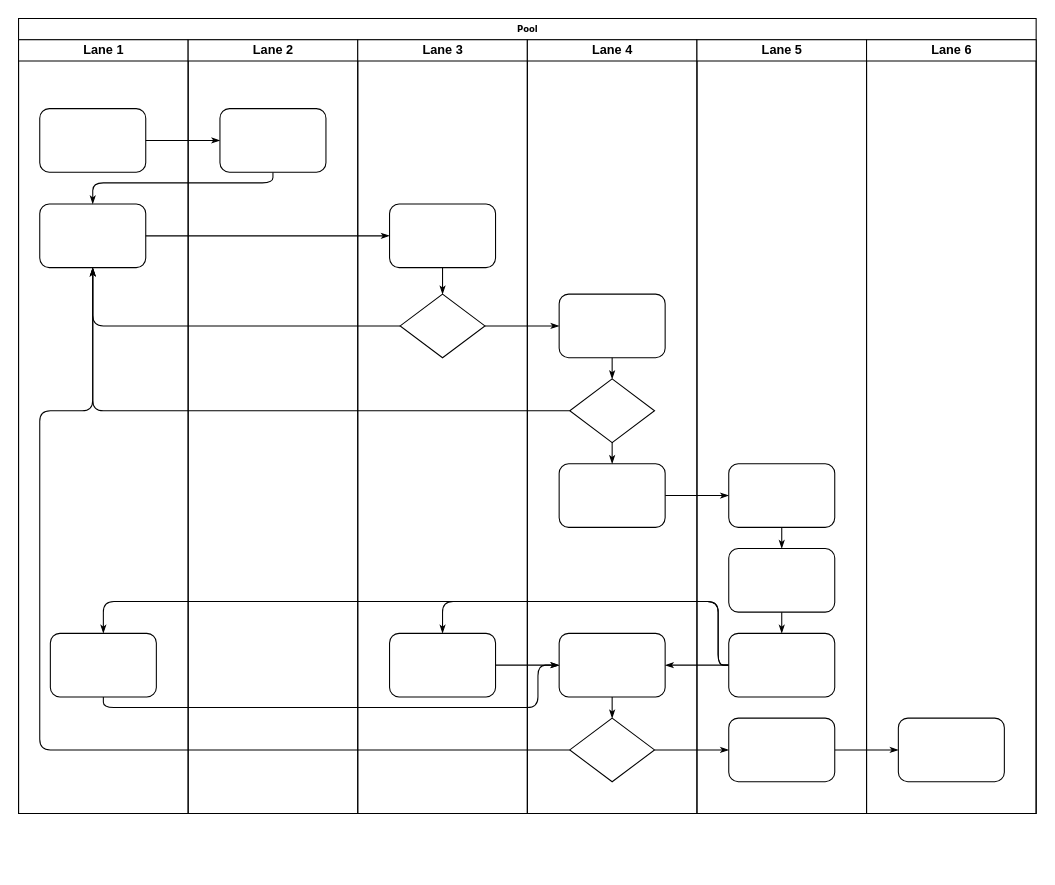
Earlier version of the draw.io diagram Untitled Diagram.drawio (SungPN/Diagram-VRG). Source tidied: cells renumbered, new cells numbered last; positions are measured from the earlier drawing's top-left corner, leaving out a move shared by most shapes. Both pictures are drawn from the tidied source at 106%, with x=0, y=0 at pixel (18, 18).
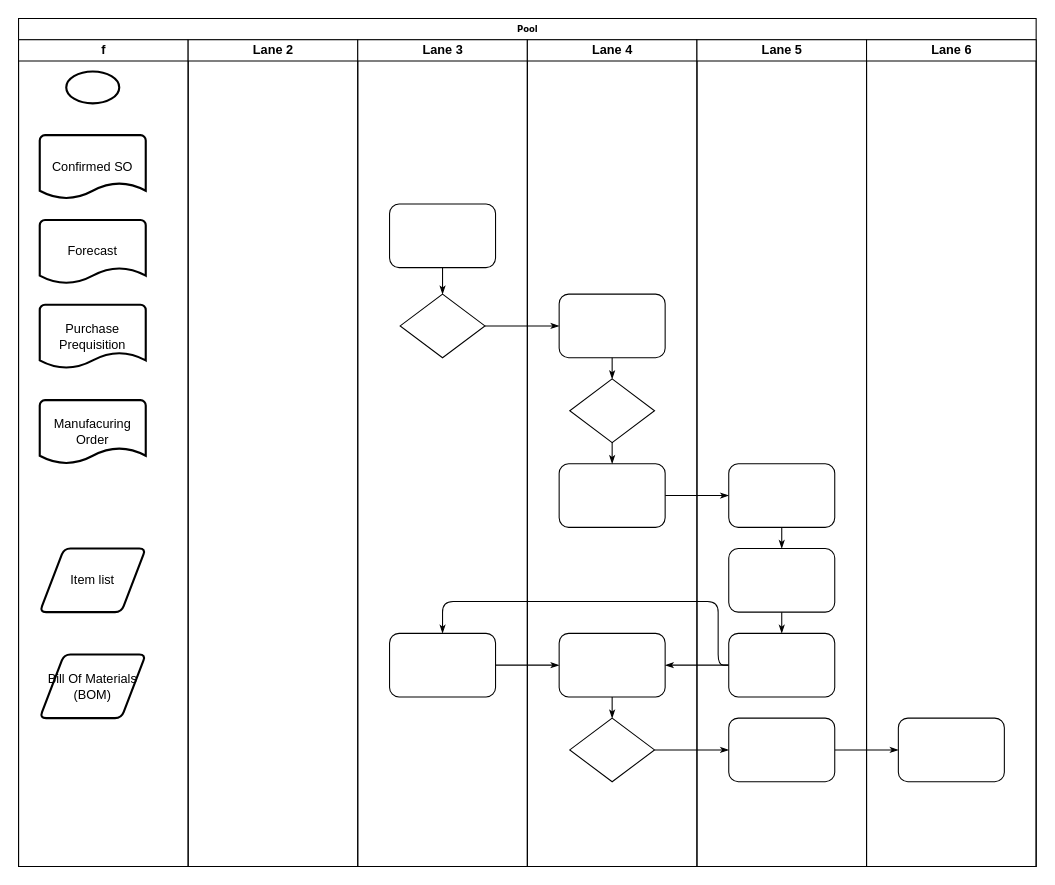
The same diagram, later.

The change refers to these unchanged cells:
```xml
<mxCell id="25" style="rounded=1;whiteSpace=wrap;html=1;shadow=0;labelBackgroundColor=none;strokeWidth=1;fontFamily=Verdana;fontSize=8;align=center;" parent="24" vertex="1">
  <mxGeometry x="30" y="155" width="100" height="60" as="geometry" />
</mxCell>
<mxCell id="26" style="rhombus;whiteSpace=wrap;html=1;rounded=0;shadow=0;labelBackgroundColor=none;strokeWidth=1;fontFamily=Verdana;fontSize=8;align=center;" parent="24" vertex="1">
  <mxGeometry x="40" y="240" width="80" height="60" as="geometry" />
</mxCell>
<mxCell id="31" style="rhombus;whiteSpace=wrap;html=1;rounded=0;shadow=0;labelBackgroundColor=none;strokeWidth=1;fontFamily=Verdana;fontSize=8;align=center;" parent="29" vertex="1">
  <mxGeometry x="40" y="320" width="80" height="60" as="geometry" />
</mxCell>
<mxCell id="33" style="rounded=1;whiteSpace=wrap;html=1;shadow=0;labelBackgroundColor=none;strokeWidth=1;fontFamily=Verdana;fontSize=8;align=center;" parent="29" vertex="1">
  <mxGeometry x="30" y="560" width="100" height="60" as="geometry" />
</mxCell>
<mxCell id="34" style="rhombus;whiteSpace=wrap;html=1;rounded=0;shadow=0;labelBackgroundColor=none;strokeWidth=1;fontFamily=Verdana;fontSize=8;align=center;" parent="29" vertex="1">
  <mxGeometry x="40" y="640" width="80" height="60" as="geometry" />
</mxCell>
<mxCell id="41" style="rounded=1;whiteSpace=wrap;html=1;shadow=0;labelBackgroundColor=none;strokeWidth=1;fontFamily=Verdana;fontSize=8;align=center;" parent="38" vertex="1">
  <mxGeometry x="30" y="560" width="100" height="60" as="geometry" />
</mxCell>
```

Diff of the diagram source:
```diff
@@
     <mxCell id="2" value="Pool" style="swimlane;html=1;startSize=20;rounded=0;shadow=0;labelBackgroundColor=none;strokeWidth=1;fontFamily=Verdana;fontSize=8;align=center;" parent="1" vertex="1">
-      <mxGeometry width="960" height="750" as="geometry" />
+      <mxGeometry width="960" height="800" as="geometry" />
     </mxCell>
-    <mxCell id="3" value="Lane 1" style="swimlane;html=1;startSize=20;" parent="2" vertex="1">
-      <mxGeometry y="20" width="160" height="730" as="geometry" />
-    </mxCell>
-    <mxCell id="4" style="rounded=1;whiteSpace=wrap;html=1;shadow=0;labelBackgroundColor=none;strokeWidth=1;fontFamily=Verdana;fontSize=8;align=center;" parent="3" vertex="1">
-      <mxGeometry x="20" y="65" width="100" height="60" as="geometry" />
-    </mxCell>
-    <mxCell id="5" style="rounded=1;whiteSpace=wrap;html=1;shadow=0;labelBackgroundColor=none;strokeWidth=1;fontFamily=Verdana;fontSize=8;align=center;" parent="3" vertex="1">
-      <mxGeometry x="20" y="155" width="100" height="60" as="geometry" />
-    </mxCell>
-    <mxCell id="6" style="rounded=1;whiteSpace=wrap;html=1;shadow=0;labelBackgroundColor=none;strokeWidth=1;fontFamily=Verdana;fontSize=8;align=center;" parent="3" vertex="1">
-      <mxGeometry x="30" y="560" width="100" height="60" as="geometry" />
-    </mxCell>
-    <mxCell id="7" style="edgeStyle=orthogonalEdgeStyle;rounded=1;html=1;labelBackgroundColor=none;startArrow=none;startFill=0;startSize=5;endArrow=classicThin;endFill=1;endSize=5;jettySize=auto;strokeWidth=1;fontFamily=Verdana;fontSize=8;" parent="2" edge="1" source="4" target="23">
-      <mxGeometry relative="1" as="geometry" />
-    </mxCell>
-    <mxCell id="8" style="edgeStyle=orthogonalEdgeStyle;rounded=1;html=1;labelBackgroundColor=none;startArrow=none;startFill=0;startSize=5;endArrow=classicThin;endFill=1;endSize=5;jettySize=auto;strokeWidth=1;fontFamily=Verdana;fontSize=8;" parent="2" edge="1" source="23" target="5">
-      <mxGeometry relative="1" as="geometry">
-        <Array as="points">
-          <mxPoint x="240" y="155" />
-          <mxPoint x="70" y="155" />
-        </Array>
-      </mxGeometry>
-    </mxCell>
-    <mxCell id="9" style="edgeStyle=orthogonalEdgeStyle;rounded=1;html=1;labelBackgroundColor=none;startArrow=none;startFill=0;startSize=5;endArrow=classicThin;endFill=1;endSize=5;jettySize=auto;strokeWidth=1;fontFamily=Verdana;fontSize=8;" parent="2" edge="1" source="5" target="25">
-      <mxGeometry relative="1" as="geometry" />
-    </mxCell>
-    <mxCell id="10" style="edgeStyle=orthogonalEdgeStyle;rounded=1;html=1;labelBackgroundColor=none;startArrow=none;startFill=0;startSize=5;endArrow=classicThin;endFill=1;endSize=5;jettySize=auto;strokeWidth=1;fontFamily=Verdana;fontSize=8;" parent="2" edge="1" source="26" target="5">
-      <mxGeometry relative="1" as="geometry" />
-    </mxCell>
-    <mxCell id="11" style="edgeStyle=orthogonalEdgeStyle;rounded=1;html=1;labelBackgroundColor=none;startArrow=none;startFill=0;startSize=5;endArrow=classicThin;endFill=1;endSize=5;jettySize=auto;strokeWidth=1;fontFamily=Verdana;fontSize=8;" parent="2" edge="1" source="31" target="5">
-      <mxGeometry relative="1" as="geometry" />
-    </mxCell>
-    <mxCell id="12" style="edgeStyle=orthogonalEdgeStyle;rounded=1;html=1;labelBackgroundColor=none;startArrow=none;startFill=0;startSize=5;endArrow=classicThin;endFill=1;endSize=5;jettySize=auto;strokeWidth=1;fontFamily=Verdana;fontSize=8;" parent="2" edge="1" source="34" target="5">
-      <mxGeometry relative="1" as="geometry">
-        <Array as="points">
-          <mxPoint x="20" y="690" />
-          <mxPoint x="20" y="370" />
-          <mxPoint x="70" y="370" />
-        </Array>
-      </mxGeometry>
-    </mxCell>
@@
-    <mxCell id="19" style="edgeStyle=orthogonalEdgeStyle;rounded=1;html=1;labelBackgroundColor=none;startArrow=none;startFill=0;startSize=5;endArrow=classicThin;endFill=1;endSize=5;jettySize=auto;strokeWidth=1;fontFamily=Verdana;fontSize=8;" parent="2" edge="1" source="41" target="6">
-      <mxGeometry relative="1" as="geometry">
-        <Array as="points">
-          <mxPoint x="660" y="610" />
-          <mxPoint x="660" y="550" />
-          <mxPoint x="80" y="550" />
-        </Array>
-      </mxGeometry>
-    </mxCell>
-    <mxCell id="20" style="edgeStyle=orthogonalEdgeStyle;rounded=1;html=1;labelBackgroundColor=none;startArrow=none;startFill=0;startSize=5;endArrow=classicThin;endFill=1;endSize=5;jettySize=auto;strokeWidth=1;fontFamily=Verdana;fontSize=8;" parent="2" edge="1" source="6" target="33">
-      <mxGeometry relative="1" as="geometry">
-        <Array as="points">
-          <mxPoint x="80" y="650" />
-          <mxPoint x="490" y="650" />
-          <mxPoint x="490" y="610" />
-        </Array>
-      </mxGeometry>
-    </mxCell>
@@
+    <mxCell id="3" value="f" style="swimlane;html=1;startSize=20;" parent="2" vertex="1">
+      <mxGeometry y="20" width="160" height="780" as="geometry" />
+    </mxCell>
+    <mxCell id="47" value="Confirmed SO" style="strokeWidth=2;html=1;shape=mxgraph.flowchart.document2;whiteSpace=wrap;size=0.25;" parent="3" vertex="1">
+      <mxGeometry x="20" y="90" width="100" height="60" as="geometry" />
+    </mxCell>
+    <mxCell id="48" value="Forecast" style="strokeWidth=2;html=1;shape=mxgraph.flowchart.document2;whiteSpace=wrap;size=0.25;" parent="3" vertex="1">
+      <mxGeometry x="20" y="170" width="100" height="60" as="geometry" />
+    </mxCell>
+    <mxCell id="49" value="Manufacuring Order" style="strokeWidth=2;html=1;shape=mxgraph.flowchart.document2;whiteSpace=wrap;size=0.25;" parent="3" vertex="1">
+      <mxGeometry x="20" y="340" width="100" height="60" as="geometry" />
+    </mxCell>
+    <mxCell id="50" style="strokeWidth=2;html=1;shape=mxgraph.flowchart.start_1;whiteSpace=wrap;" parent="3" vertex="1">
+      <mxGeometry x="45" y="30" width="50" height="30" as="geometry" />
+    </mxCell>
+    <mxCell id="51" value="Item list" style="shape=parallelogram;html=1;strokeWidth=2;perimeter=parallelogramPerimeter;whiteSpace=wrap;rounded=1;arcSize=12;size=0.23;" parent="3" vertex="1">
+      <mxGeometry x="20" y="480" width="100" height="60" as="geometry" />
+    </mxCell>
+    <mxCell id="52" value="Bill Of Materials&lt;br&gt;(BOM)" style="shape=parallelogram;html=1;strokeWidth=2;perimeter=parallelogramPerimeter;whiteSpace=wrap;rounded=1;arcSize=12;size=0.23;" parent="3" vertex="1">
+      <mxGeometry x="20" y="580" width="100" height="60" as="geometry" />
+    </mxCell>
+    <mxCell id="53" value="Purchase Prequisition" style="strokeWidth=2;html=1;shape=mxgraph.flowchart.document2;whiteSpace=wrap;size=0.25;" parent="3" vertex="1">
+      <mxGeometry x="20" y="250" width="100" height="60" as="geometry" />
+    </mxCell>
     <mxCell id="22" value="Lane 2" style="swimlane;html=1;startSize=20;" parent="2" vertex="1">
-      <mxGeometry x="160" y="20" width="160" height="730" as="geometry" />
+      <mxGeometry x="160" y="20" width="160" height="780" as="geometry" />
     </mxCell>
-    <mxCell id="23" style="rounded=1;whiteSpace=wrap;html=1;shadow=0;labelBackgroundColor=none;strokeWidth=1;fontFamily=Verdana;fontSize=8;align=center;" parent="22" vertex="1">
-      <mxGeometry x="30" y="65" width="100" height="60" as="geometry" />
-    </mxCell>
     <mxCell id="24" value="Lane 3" style="swimlane;html=1;startSize=20;" parent="2" vertex="1">
-      <mxGeometry x="320" y="20" width="160" height="730" as="geometry" />
+      <mxGeometry x="320" y="20" width="160" height="780" as="geometry" />
     </mxCell>
@@
     <mxCell id="29" value="Lane 4" style="swimlane;html=1;startSize=20;" parent="2" vertex="1">
-      <mxGeometry x="480" y="20" width="160" height="730" as="geometry" />
+      <mxGeometry x="480" y="20" width="160" height="780" as="geometry" />
     </mxCell>
@@
     <mxCell id="38" value="Lane 5" style="swimlane;html=1;startSize=20;" parent="2" vertex="1">
-      <mxGeometry x="640" y="20" width="160" height="730" as="geometry" />
+      <mxGeometry x="640" y="20" width="160" height="780" as="geometry" />
     </mxCell>
@@
     <mxCell id="45" value="Lane 6" style="swimlane;html=1;startSize=20;" parent="2" vertex="1">
-      <mxGeometry x="800" y="20" width="160" height="730" as="geometry" />
+      <mxGeometry x="800" y="20" width="160" height="780" as="geometry" />
     </mxCell>
```
